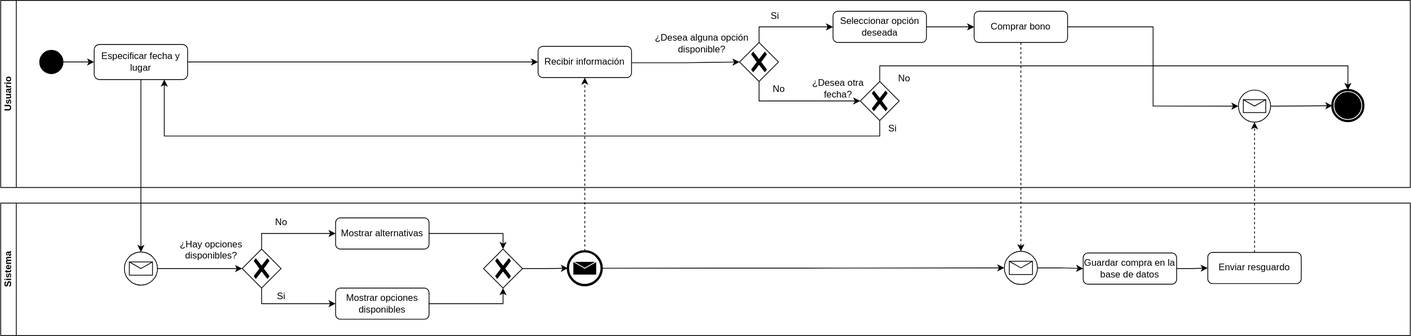
Earlier version of the draw.io export Proyecto/BPMN-02.svg (ags000/INRE-UAL-TURQUESA-2022). Source tidied: cells renumbered, new cells last; positions are measured from the earlier drawing's top-left corner, leaving out a move shared by most shapes.
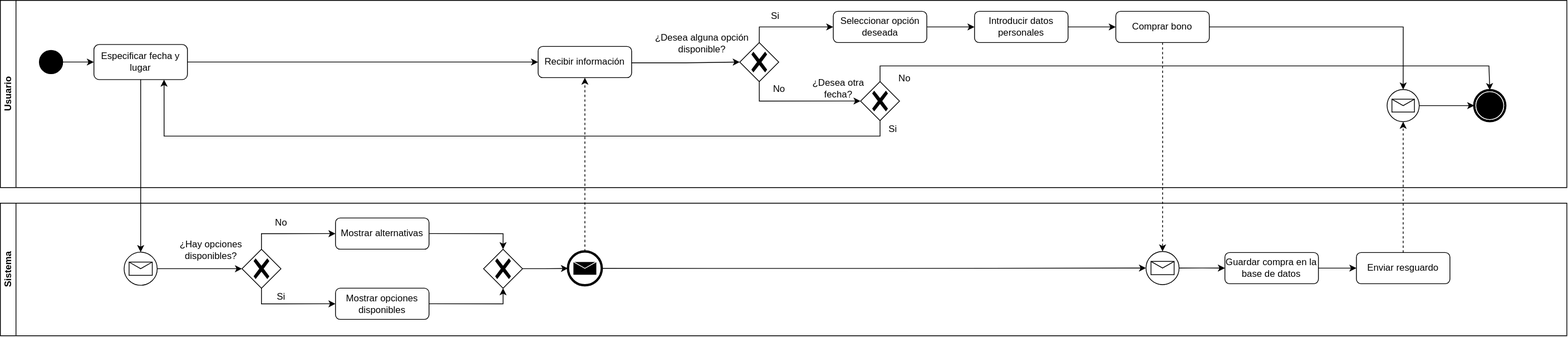
Later version of the same file.

Commit message:
BPMN-02 actualizado

The edit, as a diff of the source:
```diff
@@ -3,7 +3,7 @@
     <mxCell id="0" />
     <mxCell id="1" parent="0" />
     <mxCell id="2" value="Usuario" style="swimlane;startSize=20;horizontal=0;html=1;whiteSpace=wrap;" parent="1" vertex="1">
-      <mxGeometry width="1810" height="240" as="geometry" />
+      <mxGeometry width="2010" height="240" as="geometry" />
     </mxCell>
     <mxCell id="3" style="points=[[0.145,0.145,0],[0.5,0,0],[0.855,0.145,0],[1,0.5,0],[0.855,0.855,0],[0.5,1,0],[0.145,0.855,0],[0,0.5,0]];shape=mxgraph.bpmn.event;html=1;verticalLabelPosition=bottom;labelBackgroundColor=#ffffff;verticalAlign=top;align=center;perimeter=ellipsePerimeter;outlineConnect=0;outline=standard;symbol=general;fillColor=#000000;" parent="2" vertex="1">
       <mxGeometry x="50" y="64" width="30" height="30" as="geometry" />
@@ -32,9 +32,9 @@
     <mxCell id="11" style="points=[[0.25,0.25,0],[0.5,0,0],[0.75,0.25,0],[1,0.5,0],[0.75,0.75,0],[0.5,1,0],[0.25,0.75,0],[0,0.5,0]];shape=mxgraph.bpmn.gateway2;html=1;verticalLabelPosition=bottom;labelBackgroundColor=#ffffff;verticalAlign=top;align=center;perimeter=rhombusPerimeter;outlineConnect=0;outline=none;symbol=none;gwType=exclusive;" parent="2" vertex="1">
       <mxGeometry x="948.8" y="54" width="50" height="50" as="geometry" />
     </mxCell>
-    <mxCell id="12" style="edgeStyle=orthogonalEdgeStyle;rounded=0;jettySize=auto;html=1;exitX=1;exitY=0.5;exitDx=0;exitDy=0;entryX=0;entryY=0.5;entryDx=0;entryDy=0;" parent="2" edge="1" source="13" target="18">
-      <mxGeometry relative="1" as="geometry" />
-    </mxCell>
+    <mxCell id="54" style="edgeStyle=orthogonalEdgeStyle;rounded=0;jettySize=auto;html=1;" parent="2" edge="1" source="13" target="56">
+      <mxGeometry relative="1" as="geometry" />
+    </mxCell>
     <mxCell id="13" value="Seleccionar opción deseada" style="rounded=1;whiteSpace=wrap;html=1;" parent="2" vertex="1">
       <mxGeometry x="1068.8" y="14" width="120" height="40" as="geometry" />
     </mxCell>
@@ -47,26 +47,30 @@
     <mxCell id="16" value="No" style="text;html=1;align=center;verticalAlign=middle;strokeColor=none;fillColor=none;" parent="2" vertex="1">
       <mxGeometry x="978.8" y="99" width="40" height="30" as="geometry" />
     </mxCell>
-    <mxCell id="17" style="edgeStyle=orthogonalEdgeStyle;rounded=0;jettySize=auto;html=1;exitX=1;exitY=0.5;exitDx=0;exitDy=0;entryX=0;entryY=0.5;entryDx=0;entryDy=0;entryPerimeter=0;strokeColor=default;" parent="2" edge="1" source="18" target="20">
-      <mxGeometry relative="1" as="geometry" />
+    <mxCell id="17" style="edgeStyle=orthogonalEdgeStyle;rounded=0;jettySize=auto;html=1;exitX=1;exitY=0.5;exitDx=0;exitDy=0;strokeColor=default;" parent="2" edge="1" source="18" target="20">
+      <mxGeometry relative="1" as="geometry">
+        <Array as="points">
+          <mxPoint x="1800" y="34" />
+        </Array>
+      </mxGeometry>
     </mxCell>
     <mxCell id="18" value="Comprar bono" style="rounded=1;whiteSpace=wrap;html=1;" parent="2" vertex="1">
-      <mxGeometry x="1250" y="14" width="120" height="40" as="geometry" />
+      <mxGeometry x="1431.2" y="14" width="120" height="40" as="geometry" />
     </mxCell>
     <mxCell id="19" style="edgeStyle=orthogonalEdgeStyle;rounded=0;jettySize=auto;html=1;exitX=1;exitY=0.5;exitDx=0;exitDy=0;exitPerimeter=0;strokeColor=default;" parent="2" edge="1" source="20" target="21">
       <mxGeometry relative="1" as="geometry" />
     </mxCell>
     <mxCell id="20" style="points=[[0.145,0.145,0],[0.5,0,0],[0.855,0.145,0],[1,0.5,0],[0.855,0.855,0],[0.5,1,0],[0.145,0.855,0],[0,0.5,0]];shape=mxgraph.bpmn.event;html=1;verticalLabelPosition=bottom;labelBackgroundColor=#ffffff;verticalAlign=top;align=center;perimeter=ellipsePerimeter;outlineConnect=0;outline=standard;symbol=message;" parent="2" vertex="1">
-      <mxGeometry x="1589.4" y="115" width="41.2" height="41.2" as="geometry" />
+      <mxGeometry x="1779.4" y="114.2" width="41.2" height="41.2" as="geometry" />
     </mxCell>
     <mxCell id="21" style="points=[[0.145,0.145,0],[0.5,0,0],[0.855,0.145,0],[1,0.5,0],[0.855,0.855,0],[0.5,1,0],[0.145,0.855,0],[0,0.5,0]];shape=mxgraph.bpmn.event;html=1;verticalLabelPosition=bottom;labelBackgroundColor=#ffffff;verticalAlign=top;align=center;perimeter=ellipsePerimeter;outlineConnect=0;outline=end;symbol=terminate;" parent="2" vertex="1">
-      <mxGeometry x="1710" y="115" width="39.8" height="39.8" as="geometry" />
+      <mxGeometry x="1891.2" y="115" width="39.8" height="39.8" as="geometry" />
     </mxCell>
-    <mxCell id="22" style="edgeStyle=orthogonalEdgeStyle;rounded=0;jettySize=auto;html=1;exitX=0.5;exitY=0;exitDx=0;exitDy=0;exitPerimeter=0;entryX=0.5;entryY=0;entryDx=0;entryDy=0;entryPerimeter=0;" parent="2" edge="1" source="24" target="21">
+    <mxCell id="22" style="edgeStyle=orthogonalEdgeStyle;rounded=0;jettySize=auto;html=1;exitX=0.5;exitY=0;exitDx=0;exitDy=0;exitPerimeter=0;" parent="2" edge="1" source="24" target="21">
       <mxGeometry relative="1" as="geometry">
         <Array as="points">
           <mxPoint x="1129" y="84" />
-          <mxPoint x="1730" y="84" />
+          <mxPoint x="1910" y="84" />
         </Array>
       </mxGeometry>
     </mxCell>
@@ -85,8 +89,14 @@
     <mxCell id="27" value="No" style="text;html=1;align=center;verticalAlign=middle;strokeColor=none;fillColor=none;" parent="2" vertex="1">
       <mxGeometry x="1140" y="85" width="40" height="30" as="geometry" />
     </mxCell>
+    <mxCell id="55" style="edgeStyle=orthogonalEdgeStyle;rounded=0;jettySize=auto;html=1;" parent="2" edge="1" source="56" target="18">
+      <mxGeometry relative="1" as="geometry" />
+    </mxCell>
+    <mxCell id="56" value="Introducir datos personales" style="rounded=1;whiteSpace=wrap;html=1;" parent="2" vertex="1">
+      <mxGeometry x="1250" y="14" width="120" height="40" as="geometry" />
+    </mxCell>
     <mxCell id="28" value="Sistema" style="swimlane;startSize=20;horizontal=0;html=1;whiteSpace=wrap;" parent="1" vertex="1">
-      <mxGeometry y="260" width="1810" height="170" as="geometry" />
+      <mxGeometry y="260" width="2010" height="170" as="geometry" />
     </mxCell>
     <mxCell id="29" style="edgeStyle=orthogonalEdgeStyle;rounded=0;jettySize=auto;html=1;exitX=1;exitY=0.5;exitDx=0;exitDy=0;exitPerimeter=0;entryX=0;entryY=0.5;entryDx=0;entryDy=0;entryPerimeter=0;" parent="28" edge="1" source="30" target="32">
       <mxGeometry relative="1" as="geometry" />
@@ -140,16 +150,16 @@
       <mxGeometry relative="1" as="geometry" />
     </mxCell>
     <mxCell id="46" style="points=[[0.145,0.145,0],[0.5,0,0],[0.855,0.145,0],[1,0.5,0],[0.855,0.855,0],[0.5,1,0],[0.145,0.855,0],[0,0.5,0]];shape=mxgraph.bpmn.event;html=1;verticalLabelPosition=bottom;labelBackgroundColor=#ffffff;verticalAlign=top;align=center;perimeter=ellipsePerimeter;outlineConnect=0;outline=standard;symbol=message;" parent="28" vertex="1">
-      <mxGeometry x="1288.8" y="61.9" width="42.5" height="42.5" as="geometry" />
+      <mxGeometry x="1470" y="61.9" width="42.5" height="42.5" as="geometry" />
     </mxCell>
     <mxCell id="47" style="edgeStyle=orthogonalEdgeStyle;rounded=0;jettySize=auto;html=1;exitX=1;exitY=0.5;exitDx=0;exitDy=0;entryX=0;entryY=0.5;entryDx=0;entryDy=0;" parent="28" edge="1" source="48" target="49">
       <mxGeometry relative="1" as="geometry" />
     </mxCell>
     <mxCell id="48" value="Guardar compra en la base de datos" style="rounded=1;whiteSpace=wrap;html=1;" parent="28" vertex="1">
-      <mxGeometry x="1390" y="64" width="120" height="40" as="geometry" />
+      <mxGeometry x="1571.2" y="63.2" width="120" height="40" as="geometry" />
     </mxCell>
     <mxCell id="49" value="Enviar resguardo" style="rounded=1;whiteSpace=wrap;html=1;" parent="28" vertex="1">
-      <mxGeometry x="1550" y="63.2" width="120" height="40" as="geometry" />
+      <mxGeometry x="1740" y="63.2" width="120" height="40" as="geometry" />
     </mxCell>
     <mxCell id="50" style="edgeStyle=orthogonalEdgeStyle;rounded=0;jettySize=auto;html=1;exitX=0.5;exitY=1;exitDx=0;exitDy=0;" parent="1" edge="1" source="5" target="30">
       <mxGeometry relative="1" as="geometry" />
```
